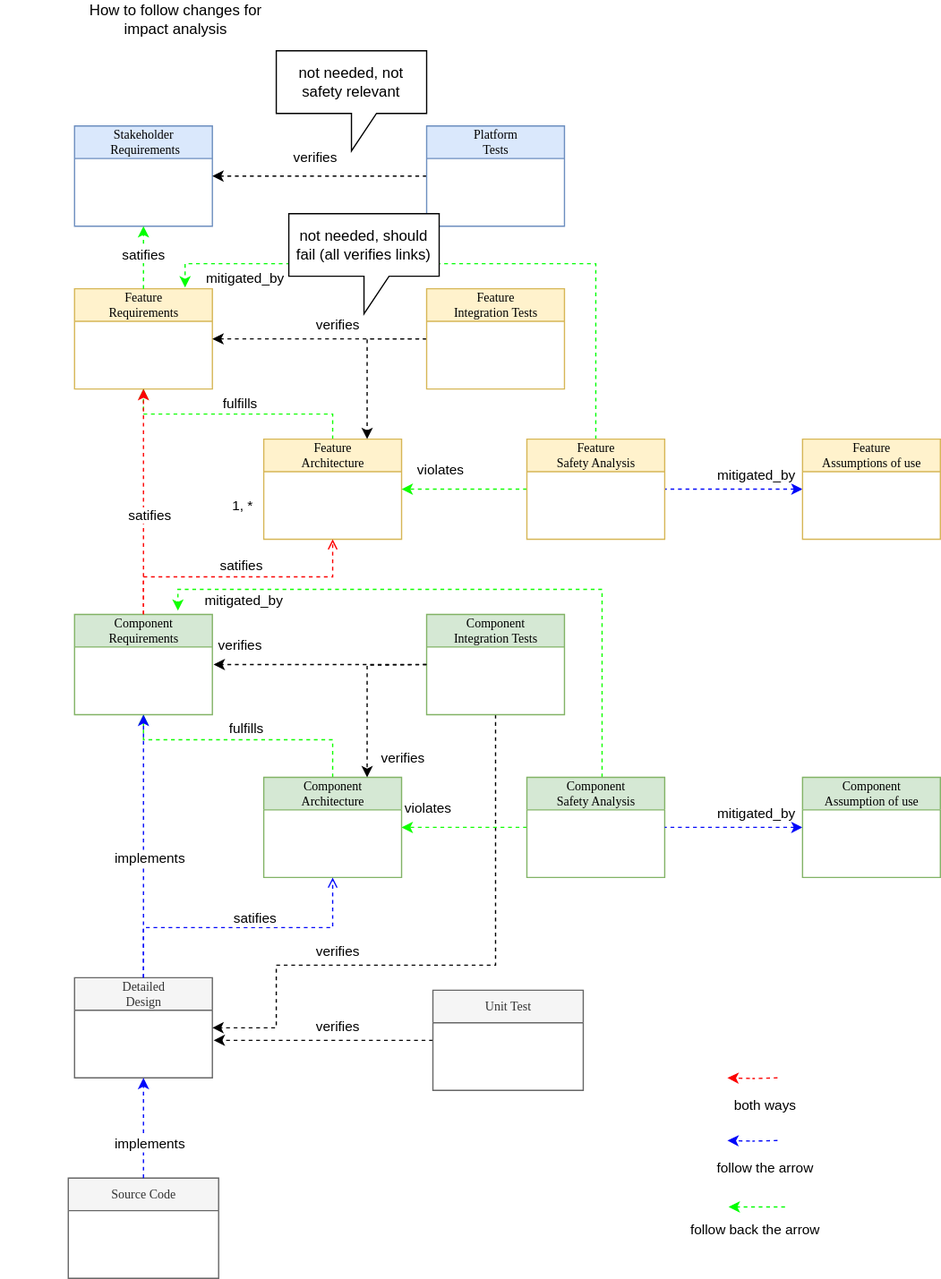
The draw.io diagram pr-148/_images/impact_analysis.drawio.svg in eclipse-score/process_description, before a commit. Source tidied: cells renumbered, new cells last; positions are measured from the earlier drawing's top-left corner, leaving out a move shared by most shapes.
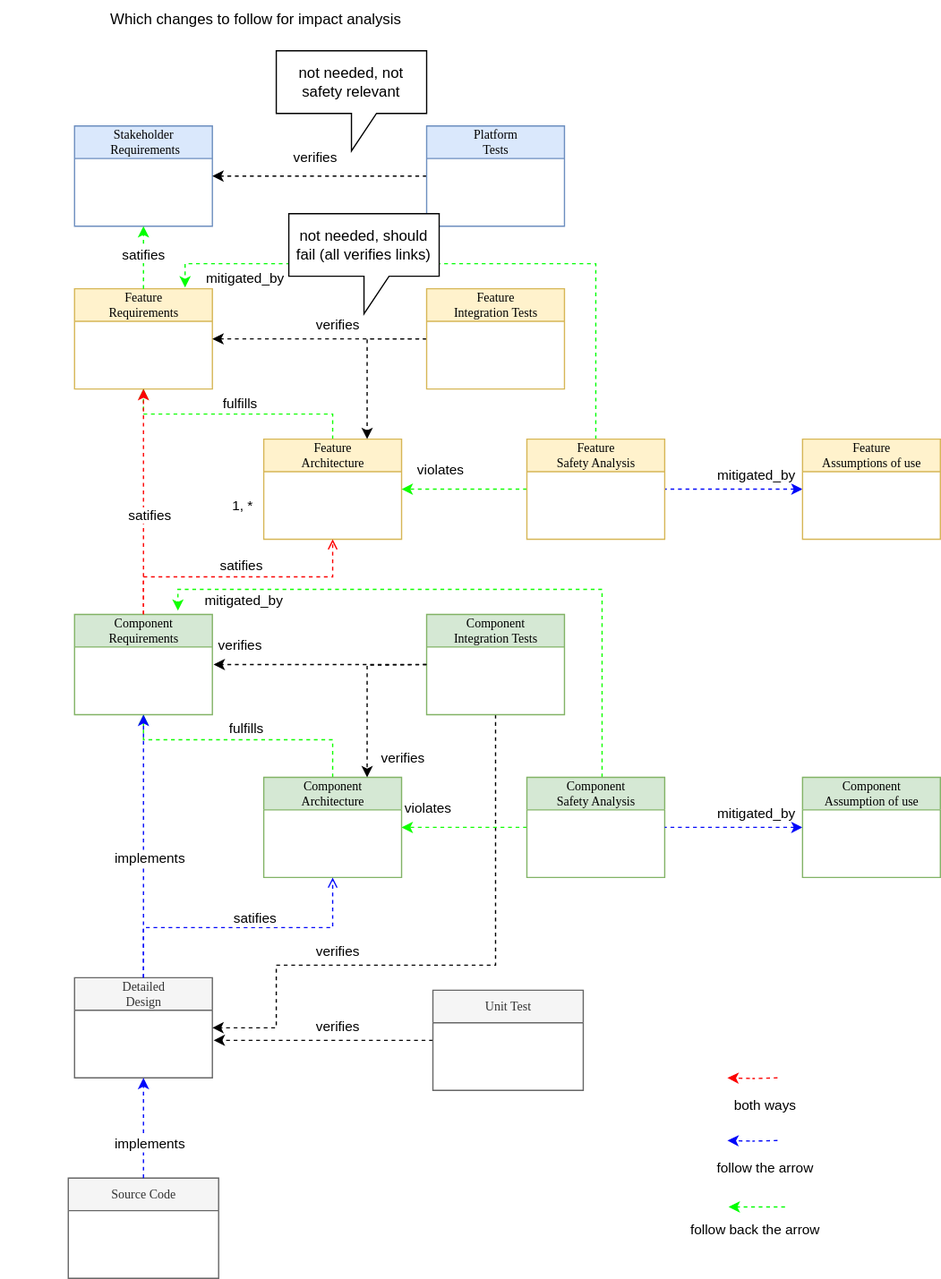
After the change.

Change to the diagram source:
```diff
@@ -290,8 +290,8 @@
         <mxPoint y="16" as="offset" />
       </mxGeometry>
     </mxCell>
-    <mxCell id="67" value="&lt;p style=&quot;language:de;margin-top:0pt;margin-bottom:0pt;margin-left:0in;&lt;br/&gt;text-align:left;direction:ltr;unicode-bidi:embed;mso-line-break-override:none;&lt;br/&gt;word-break:normal;punctuation-wrap:hanging&quot;&gt;&lt;font style=&quot;font-size: 12px;&quot;&gt;How to follow changes for impact analysis&lt;/font&gt;&lt;/p&gt;" style="text;html=1;strokeColor=none;fillColor=none;align=center;verticalAlign=middle;whiteSpace=wrap;rounded=0;" parent="1" vertex="1">
-      <mxGeometry x="70" width="140" height="30" as="geometry" />
+    <mxCell id="67" value="&lt;p style=&quot;language:de;margin-top:0pt;margin-bottom:0pt;margin-left:0in;&lt;br/&gt;text-align:left;direction:ltr;unicode-bidi:embed;mso-line-break-override:none;&lt;br/&gt;word-break:normal;punctuation-wrap:hanging&quot;&gt;&lt;font style=&quot;font-size: 12px;&quot;&gt;Which changes to follow for impact analysis&lt;/font&gt;&lt;/p&gt;" style="text;html=1;strokeColor=none;fillColor=none;align=center;verticalAlign=middle;whiteSpace=wrap;rounded=0;" parent="1" vertex="1">
+      <mxGeometry x="70" width="268" height="30" as="geometry" />
     </mxCell>
   </root>
 </mxGraphModel>
```
